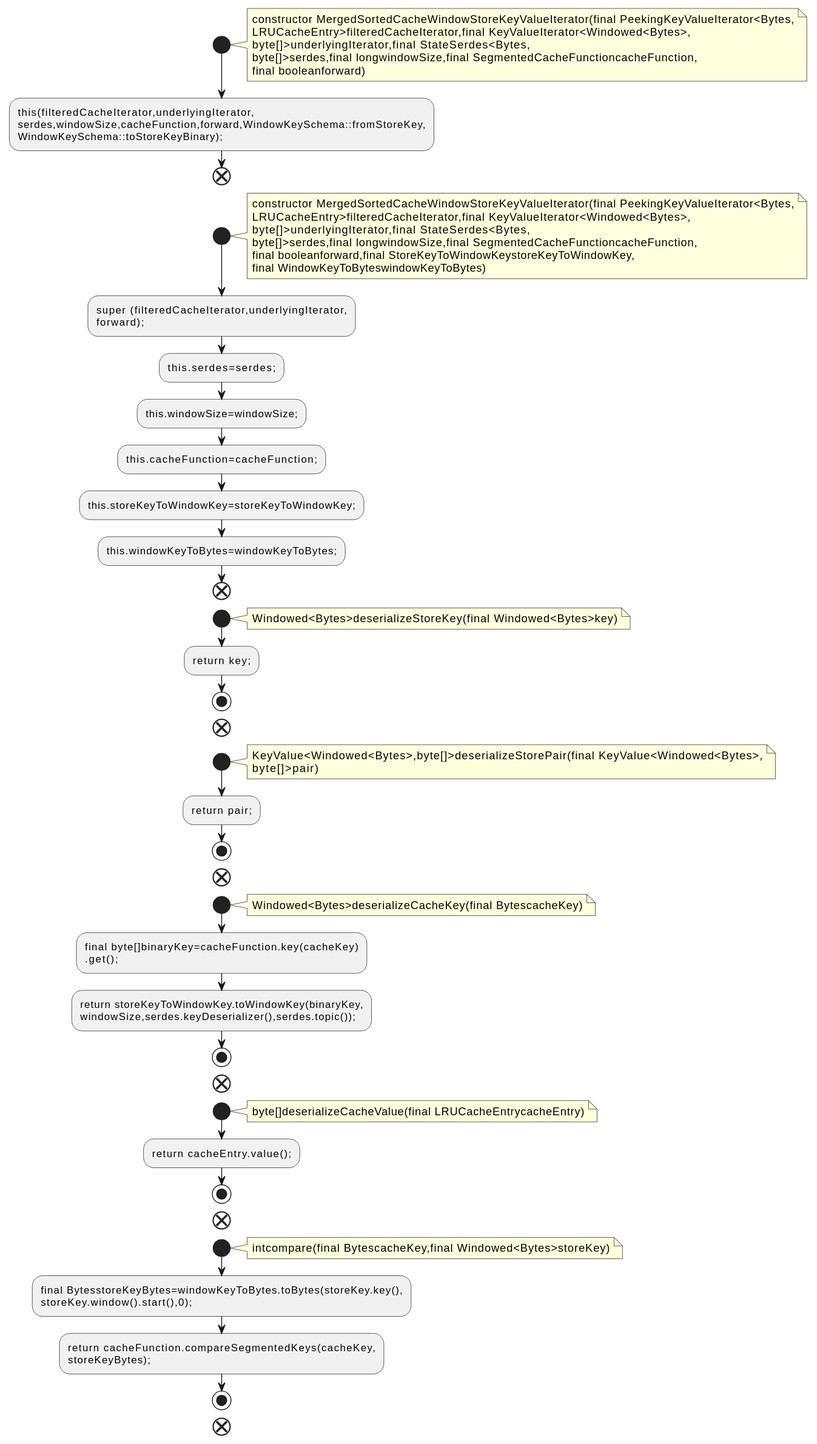
The PlantUML diagram docs/qc/streams/src/main/java/org/apache/kafka/streams/state/internals/MergedSortedCacheWindowStoreKeyValueIterator.java.fct.svg in qualitesys/kafka, before a commit.
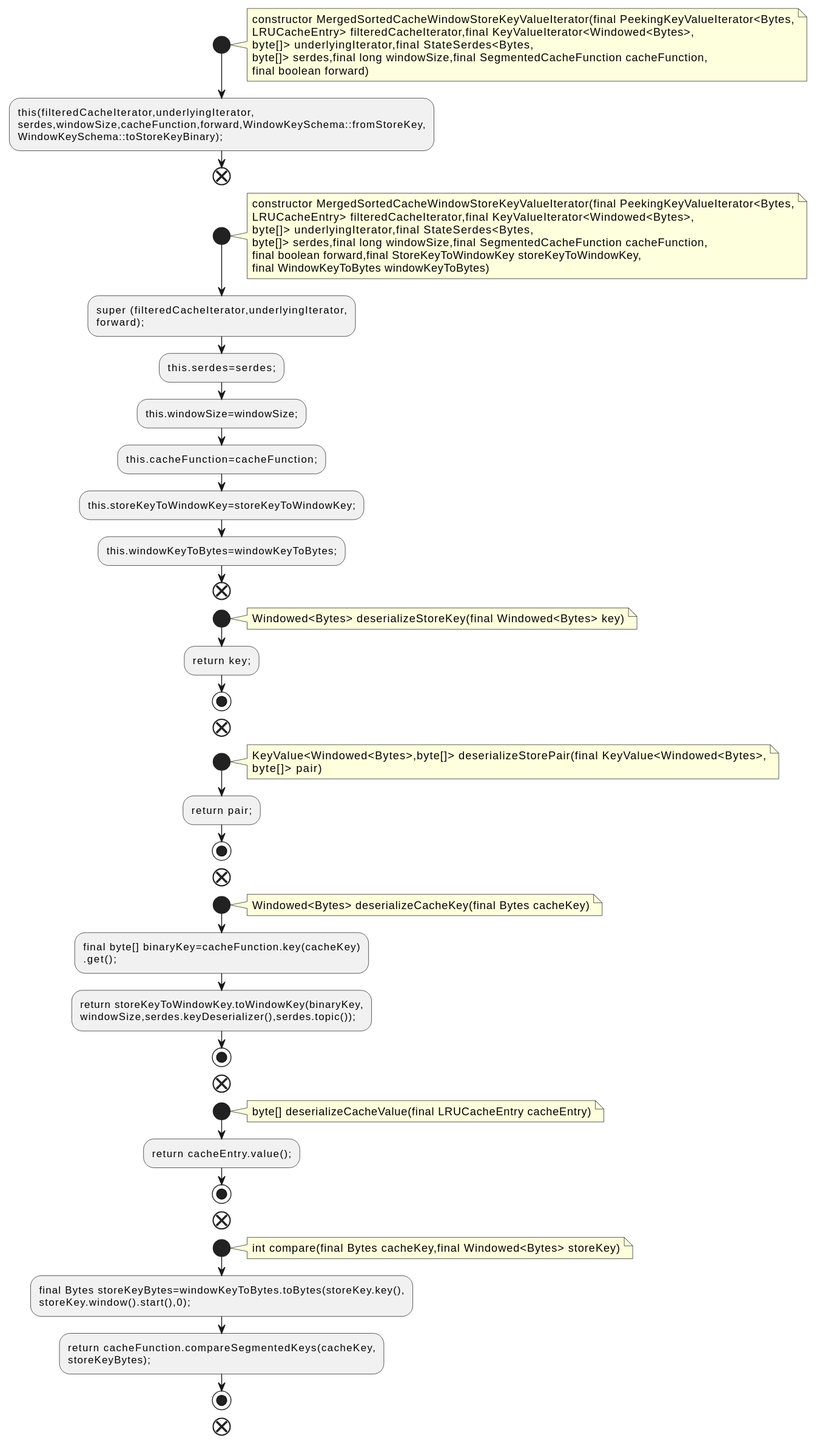
Later version of the same file.

Diff of the diagram source:
```diff
@@ -3,10 +3,10 @@
 start
 note right
 constructor MergedSortedCacheWindowStoreKeyValueIterator(final PeekingKeyValueIterator<Bytes,
-LRUCacheEntry>filteredCacheIterator,final KeyValueIterator<Windowed<Bytes>,
-byte[]>underlyingIterator,final StateSerdes<Bytes,
-byte[]>serdes,final longwindowSize,final SegmentedCacheFunctioncacheFunction,
-final booleanforward)
+LRUCacheEntry> filteredCacheIterator,final KeyValueIterator<Windowed<Bytes>,
+byte[]> underlyingIterator,final StateSerdes<Bytes,
+byte[]> serdes,final long windowSize,final SegmentedCacheFunction cacheFunction,
+final boolean forward)
 end note
 :this(filteredCacheIterator,underlyingIterator,
 serdes,windowSize,cacheFunction,forward,WindowKeySchema::fromStoreKey,
@@ -15,11 +15,11 @@
 start
 note right
 constructor MergedSortedCacheWindowStoreKeyValueIterator(final PeekingKeyValueIterator<Bytes,
-LRUCacheEntry>filteredCacheIterator,final KeyValueIterator<Windowed<Bytes>,
-byte[]>underlyingIterator,final StateSerdes<Bytes,
-byte[]>serdes,final longwindowSize,final SegmentedCacheFunctioncacheFunction,
-final booleanforward,final StoreKeyToWindowKeystoreKeyToWindowKey,
-final WindowKeyToByteswindowKeyToBytes)
+LRUCacheEntry> filteredCacheIterator,final KeyValueIterator<Windowed<Bytes>,
+byte[]> underlyingIterator,final StateSerdes<Bytes,
+byte[]> serdes,final long windowSize,final SegmentedCacheFunction cacheFunction,
+final boolean forward,final StoreKeyToWindowKey storeKeyToWindowKey,
+final WindowKeyToBytes windowKeyToBytes)
 end note
 :super (filteredCacheIterator,underlyingIterator,
 forward);;
@@ -31,24 +31,24 @@
 end
 start
 note right
-Windowed<Bytes>deserializeStoreKey(final Windowed<Bytes>key)
+Windowed<Bytes> deserializeStoreKey(final Windowed<Bytes> key)
 end note
 :return key;;
 stop
 end
 start
 note right
-KeyValue<Windowed<Bytes>,byte[]>deserializeStorePair(final KeyValue<Windowed<Bytes>,
-byte[]>pair)
+KeyValue<Windowed<Bytes>,byte[]> deserializeStorePair(final KeyValue<Windowed<Bytes>,
+byte[]> pair)
 end note
 :return pair;;
 stop
 end
 start
 note right
-Windowed<Bytes>deserializeCacheKey(final BytescacheKey)
+Windowed<Bytes> deserializeCacheKey(final Bytes cacheKey)
 end note
-:final byte[]binaryKey=cacheFunction.key(cacheKey)
+:final byte[] binaryKey=cacheFunction.key(cacheKey)
 .get();;
 :return storeKeyToWindowKey.toWindowKey(binaryKey,
 windowSize,serdes.keyDeserializer(),serdes.topic());;
@@ -56,16 +56,16 @@
 end
 start
 note right
-byte[]deserializeCacheValue(final LRUCacheEntrycacheEntry)
+byte[] deserializeCacheValue(final LRUCacheEntry cacheEntry)
 end note
 :return cacheEntry.value();;
 stop
 end
 start
 note right
-intcompare(final BytescacheKey,final Windowed<Bytes>storeKey)
+int compare(final Bytes cacheKey,final Windowed<Bytes> storeKey)
 end note
-:final BytesstoreKeyBytes=windowKeyToBytes.toBytes(storeKey.key(),
+:final Bytes storeKeyBytes=windowKeyToBytes.toBytes(storeKey.key(),
 storeKey.window().start(),0);;
 :return cacheFunction.compareSegmentedKeys(cacheKey,
 storeKeyBytes);;
```
